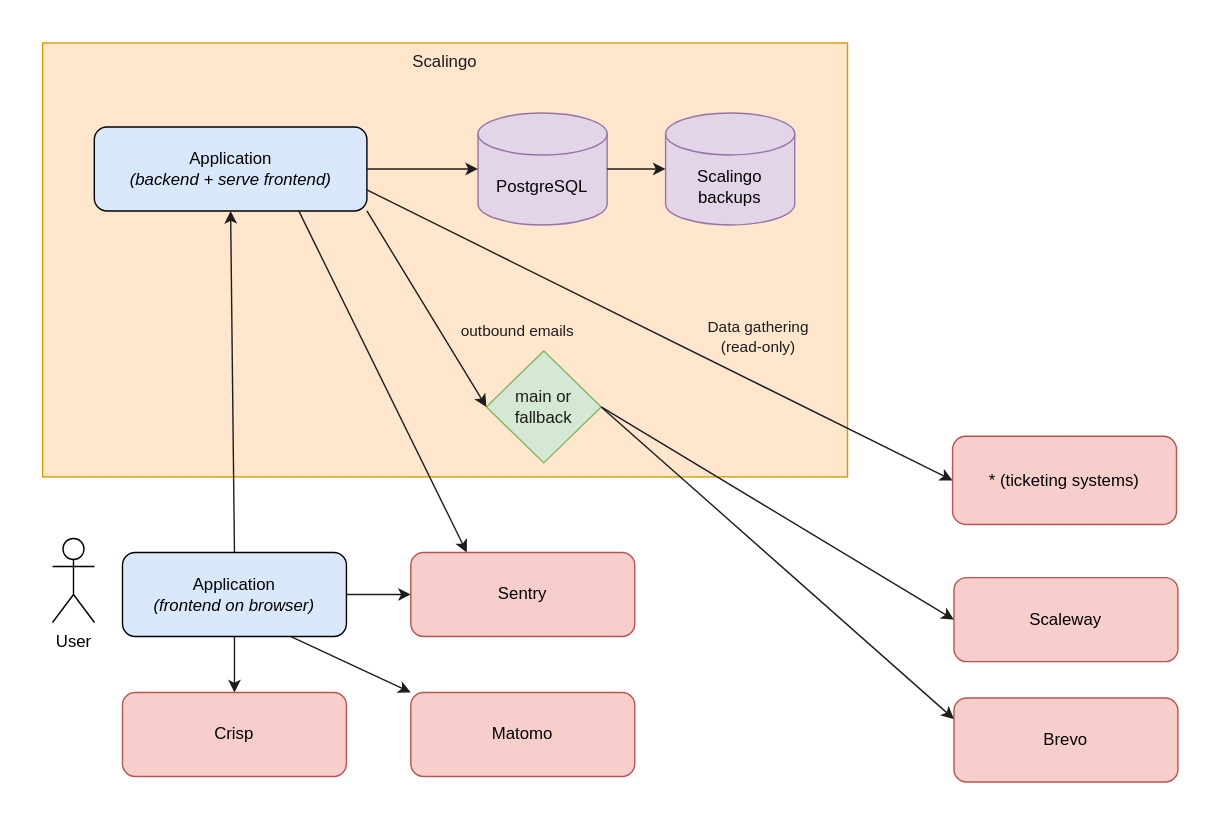
The draw.io diagram services_diagram.drawio.svg in betagouv/assistant-declaration, before a commit. Source tidied: cells renumbered, new cells last; positions are measured from the earlier drawing's top-left corner, leaving out a move shared by most shapes. Its diagram source:
```xml
<mxGraphModel background="#FFFFFF">
  <root>
    <mxCell id="0" />
    <mxCell id="1" parent="0" />
    <mxCell id="2" style="edgeStyle=none;html=1;exitX=0.5;exitY=0;exitDx=0;exitDy=0;" parent="1" edge="1" source="28">
      <mxGeometry relative="1" as="geometry">
        <mxPoint x="766" y="305.5" as="targetPoint" />
      </mxGeometry>
    </mxCell>
    <mxCell id="3" style="edgeStyle=none;html=1;exitX=0.5;exitY=0;exitDx=0;exitDy=0;" parent="1" edge="1" source="28">
      <mxGeometry relative="1" as="geometry">
        <mxPoint x="766" y="300.5" as="targetPoint" />
      </mxGeometry>
    </mxCell>
    <mxCell id="4" style="group;" parent="1" vertex="1">
      <mxGeometry x="1" width="807" height="380" as="geometry" />
    </mxCell>
    <mxCell id="5" value="&lt;font color=&quot;#1d1d1d&quot;&gt;Scalingo&lt;/font&gt;" style="rounded=0;whiteSpace=wrap;html=1;labelPosition=center;verticalLabelPosition=middle;align=center;verticalAlign=top;fillColor=#ffe6cc;strokeColor=#d79b00;" parent="4" vertex="1">
      <mxGeometry x="-1" width="575" height="310" as="geometry" />
    </mxCell>
    <mxCell id="6" value="&lt;font color=&quot;#000000&quot;&gt;Application&lt;br&gt;&lt;i&gt;(backend + serve frontend)&lt;/i&gt;&lt;/font&gt;" style="rounded=1;whiteSpace=wrap;html=1;fillColor=#dae8fc;strokeColor=#010203;" parent="4" vertex="1">
      <mxGeometry x="35.9" y="60" width="194.7" height="60" as="geometry" />
    </mxCell>
    <mxCell id="7" value="&lt;font color=&quot;#050505&quot;&gt;PostgreSQL&lt;/font&gt;" style="shape=cylinder3;whiteSpace=wrap;html=1;boundedLbl=1;backgroundOutline=1;size=15;fillColor=#e1d5e7;strokeColor=#9673a6;" parent="4" vertex="1">
      <mxGeometry x="310" y="50" width="92.2" height="80" as="geometry" />
    </mxCell>
    <mxCell id="8" style="edgeStyle=none;html=1;exitX=1;exitY=0.5;exitDx=0;exitDy=0;entryX=0;entryY=0.5;entryDx=0;entryDy=0;entryPerimeter=0;strokeColor=#1D1D1D;fontColor=#1D1D1D;" parent="4" edge="1" source="6" target="7">
      <mxGeometry relative="1" as="geometry" />
    </mxCell>
    <mxCell id="9" value="&lt;font color=&quot;#050505&quot;&gt;Scalingo&lt;br&gt;backups&lt;br&gt;&lt;/font&gt;" style="shape=cylinder3;whiteSpace=wrap;html=1;boundedLbl=1;backgroundOutline=1;size=15;fillColor=#e1d5e7;strokeColor=#9673a6;" parent="4" vertex="1">
      <mxGeometry x="444" y="50" width="92.2" height="80" as="geometry" />
    </mxCell>
    <mxCell id="10" style="edgeStyle=none;html=1;exitX=1;exitY=0.5;exitDx=0;exitDy=0;exitPerimeter=0;entryX=0;entryY=0.5;entryDx=0;entryDy=0;entryPerimeter=0;strokeColor=#1D1D1D;fontColor=#1D1D1D;" parent="4" edge="1" source="7" target="9">
      <mxGeometry relative="1" as="geometry" />
    </mxCell>
    <mxCell id="11" value="main or fallback" style="rhombus;whiteSpace=wrap;html=1;labelBackgroundColor=none;labelBorderColor=none;strokeColor=#82b366;fillColor=#d5e8d4;fontColor=#1D1D1D;" parent="4" vertex="1">
      <mxGeometry x="316" y="220" width="82" height="80" as="geometry" />
    </mxCell>
    <mxCell id="12" style="edgeStyle=none;html=1;exitX=1;exitY=1;exitDx=0;exitDy=0;entryX=0;entryY=0.5;entryDx=0;entryDy=0;strokeColor=#1D1D1D;fontColor=#1D1D1D;" parent="4" edge="1" source="6" target="11">
      <mxGeometry relative="1" as="geometry" />
    </mxCell>
    <mxCell id="13" value="outbound emails&amp;nbsp;" style="edgeLabel;html=1;align=center;verticalAlign=middle;fontColor=#1D1D1D;labelBackgroundColor=none;" parent="12" vertex="1">
      <mxGeometry x="-0.12" y="2" relative="1" as="geometry">
        <mxPoint x="68" y="25" as="offset" />
      </mxGeometry>
    </mxCell>
    <mxCell id="14" style="edgeStyle=none;html=1;exitX=0.75;exitY=1;exitDx=0;exitDy=0;entryX=0.25;entryY=0;entryDx=0;entryDy=0;strokeColor=#1D1D1D;fontColor=#1D1D1D;" parent="1" edge="1" source="6" target="21">
      <mxGeometry relative="1" as="geometry" />
    </mxCell>
    <mxCell id="15" style="edgeStyle=none;html=1;exitX=0.5;exitY=0;exitDx=0;exitDy=0;entryX=0.5;entryY=1;entryDx=0;entryDy=0;fontColor=#1D1D1D;strokeColor=#1D1D1D;" parent="1" edge="1" source="18" target="6">
      <mxGeometry relative="1" as="geometry" />
    </mxCell>
    <mxCell id="16" style="edgeStyle=none;html=1;exitX=0.5;exitY=1;exitDx=0;exitDy=0;entryX=0.5;entryY=0;entryDx=0;entryDy=0;strokeColor=#1D1D1D;fontColor=#1D1D1D;" parent="1" edge="1" source="18" target="20">
      <mxGeometry relative="1" as="geometry" />
    </mxCell>
    <mxCell id="17" style="edgeStyle=none;html=1;exitX=1;exitY=0.5;exitDx=0;exitDy=0;entryX=0;entryY=0.5;entryDx=0;entryDy=0;strokeColor=#1D1D1D;fontColor=#1D1D1D;" parent="1" edge="1" source="18" target="21">
      <mxGeometry relative="1" as="geometry" />
    </mxCell>
    <mxCell id="18" value="&lt;font color=&quot;#000000&quot;&gt;Application&lt;br&gt;&lt;i&gt;(frontend on browser)&lt;/i&gt;&lt;/font&gt;" style="rounded=1;whiteSpace=wrap;html=1;fillColor=#dae8fc;strokeColor=#010203;" parent="1" vertex="1">
      <mxGeometry x="57" y="364" width="160" height="60" as="geometry" />
    </mxCell>
    <mxCell id="19" value="User" style="shape=umlActor;verticalLabelPosition=bottom;verticalAlign=top;html=1;strokeColor=#010203;fontColor=#000000;labelBackgroundColor=none;labelBorderColor=none;" parent="1" vertex="1">
      <mxGeometry x="7" y="354" width="30" height="60" as="geometry" />
    </mxCell>
    <mxCell id="20" value="&lt;font color=&quot;#000000&quot;&gt;Crisp&lt;/font&gt;" style="rounded=1;whiteSpace=wrap;html=1;fillColor=#f8cecc;strokeColor=#b85450;" parent="1" vertex="1">
      <mxGeometry x="57" y="464" width="160" height="60" as="geometry" />
    </mxCell>
    <mxCell id="21" value="&lt;font color=&quot;#000000&quot;&gt;Sentry&lt;/font&gt;" style="rounded=1;whiteSpace=wrap;html=1;fillColor=#f8cecc;strokeColor=#b85450;" parent="1" vertex="1">
      <mxGeometry x="263" y="364" width="160" height="60" as="geometry" />
    </mxCell>
    <mxCell id="22" value="&lt;font color=&quot;#000000&quot;&gt;Scaleway&lt;/font&gt;" style="rounded=1;whiteSpace=wrap;html=1;fillColor=#f8cecc;strokeColor=#b85450;" parent="1" vertex="1">
      <mxGeometry x="651" y="382" width="160" height="60" as="geometry" />
    </mxCell>
    <mxCell id="23" value="&lt;font color=&quot;#000000&quot;&gt;Brevo&lt;/font&gt;" style="rounded=1;whiteSpace=wrap;html=1;fillColor=#f8cecc;strokeColor=#b85450;" parent="1" vertex="1">
      <mxGeometry x="651" y="468" width="160" height="60" as="geometry" />
    </mxCell>
    <mxCell id="24" style="edgeStyle=none;html=1;exitX=1;exitY=0.5;exitDx=0;exitDy=0;entryX=0;entryY=0.5;entryDx=0;entryDy=0;strokeColor=#1D1D1D;fontColor=#1D1D1D;" parent="1" edge="1" source="11" target="22">
      <mxGeometry relative="1" as="geometry" />
    </mxCell>
    <mxCell id="25" style="edgeStyle=none;html=1;exitX=1;exitY=0.5;exitDx=0;exitDy=0;entryX=0;entryY=0.25;entryDx=0;entryDy=0;strokeColor=#1D1D1D;fontColor=#1D1D1D;" parent="1" edge="1" source="11" target="23">
      <mxGeometry relative="1" as="geometry" />
    </mxCell>
    <mxCell id="26" value="&lt;font color=&quot;#000000&quot;&gt;Matomo&lt;/font&gt;" style="rounded=1;whiteSpace=wrap;html=1;fillColor=#f8cecc;strokeColor=#b85450;" parent="1" vertex="1">
      <mxGeometry x="263" y="464" width="160" height="60" as="geometry" />
    </mxCell>
    <mxCell id="27" style="edgeStyle=none;html=1;exitX=0.75;exitY=1;exitDx=0;exitDy=0;entryX=0;entryY=0;entryDx=0;entryDy=0;strokeColor=#1D1D1D;fontColor=#1D1D1D;" parent="1" edge="1" source="18" target="26">
      <mxGeometry relative="1" as="geometry" />
    </mxCell>
    <mxCell id="28" value="&lt;font color=&quot;#000000&quot;&gt;* (ticketing systems)&lt;br&gt;&lt;/font&gt;" style="rounded=1;whiteSpace=wrap;html=1;fillColor=#f8cecc;strokeColor=#b85450;" parent="1" vertex="1">
      <mxGeometry x="650" y="281" width="160" height="63" as="geometry" />
    </mxCell>
    <mxCell id="29" style="edgeStyle=none;html=1;entryX=0;entryY=0.5;entryDx=0;entryDy=0;strokeColor=#1D1D1D;fontColor=#1D1D1D;exitX=1;exitY=0.75;exitDx=0;exitDy=0;" parent="1" edge="1" source="6" target="28">
      <mxGeometry relative="1" as="geometry" />
    </mxCell>
    <mxCell id="30" value="Data gathering&lt;br&gt;(read-only)" style="edgeLabel;html=1;align=center;verticalAlign=middle;fontColor=#1D1D1D;labelBackgroundColor=none;" parent="29" vertex="1">
      <mxGeometry x="-0.62" y="-1" relative="1" as="geometry">
        <mxPoint x="200" y="65" as="offset" />
      </mxGeometry>
    </mxCell>
  </root>
</mxGraphModel>
```
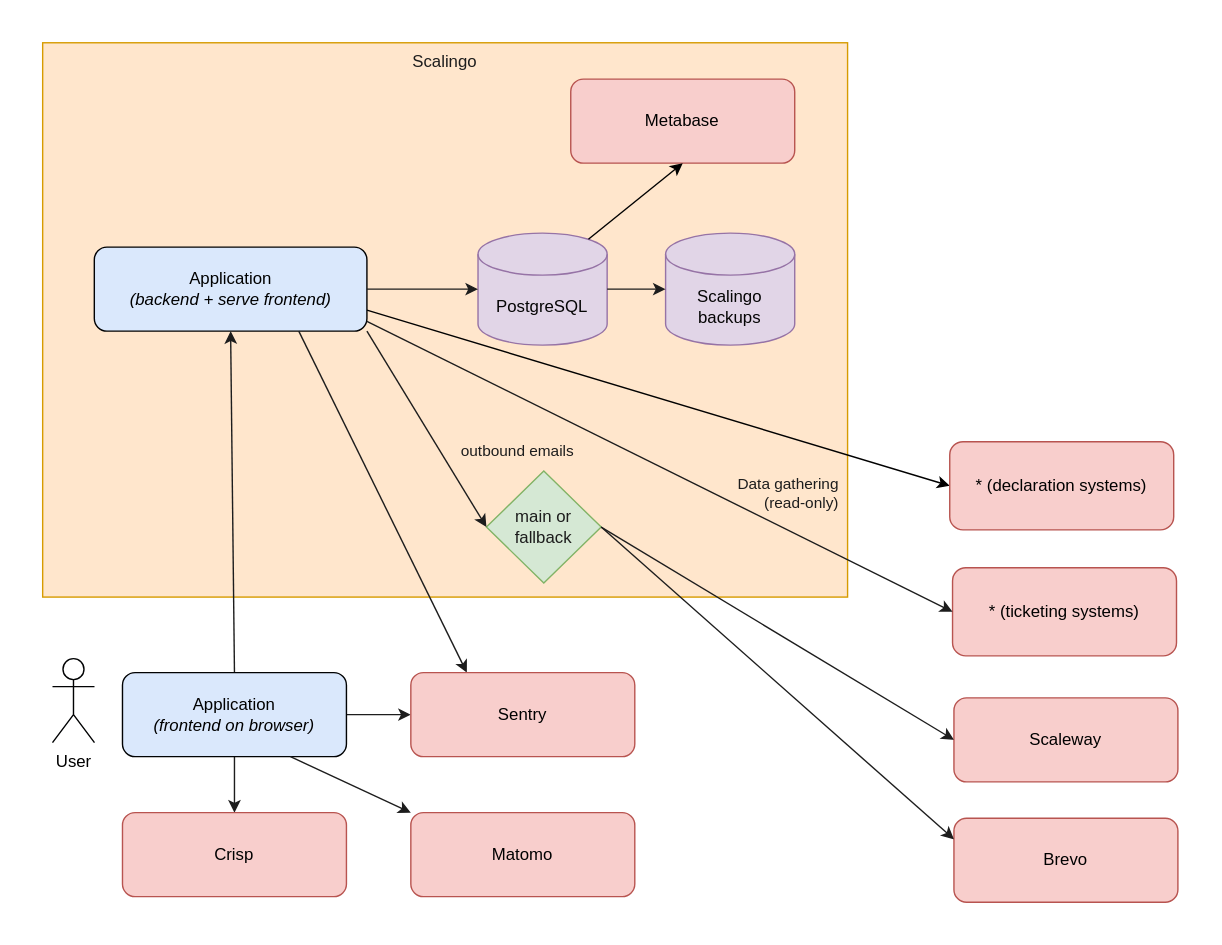
Above is the later version.

Commit message:
chore(docs): add missing tools in the description and diagram

Diff of the diagram source:
```diff
@@ -13,11 +13,14 @@
       </mxGeometry>
     </mxCell>
     <mxCell id="4" style="group;" parent="1" vertex="1">
-      <mxGeometry x="1" width="807" height="380" as="geometry" />
+      <mxGeometry x="1" width="809" height="380" as="geometry" />
     </mxCell>
     <mxCell id="5" value="&lt;font color=&quot;#1d1d1d&quot;&gt;Scalingo&lt;/font&gt;" style="rounded=0;whiteSpace=wrap;html=1;labelPosition=center;verticalLabelPosition=middle;align=center;verticalAlign=top;fillColor=#ffe6cc;strokeColor=#d79b00;" parent="4" vertex="1">
-      <mxGeometry x="-1" width="575" height="310" as="geometry" />
+      <mxGeometry x="-1" y="-86" width="575" height="396" as="geometry" />
     </mxCell>
+    <mxCell id="31" style="edgeStyle=none;html=1;exitX=1;exitY=0.75;exitDx=0;exitDy=0;entryX=0;entryY=0.5;entryDx=0;entryDy=0;" parent="4" edge="1" source="6" target="32">
+      <mxGeometry relative="1" as="geometry" />
+    </mxCell>
     <mxCell id="6" value="&lt;font color=&quot;#000000&quot;&gt;Application&lt;br&gt;&lt;i&gt;(backend + serve frontend)&lt;/i&gt;&lt;/font&gt;" style="rounded=1;whiteSpace=wrap;html=1;fillColor=#dae8fc;strokeColor=#010203;" parent="4" vertex="1">
       <mxGeometry x="35.9" y="60" width="194.7" height="60" as="geometry" />
     </mxCell>
@@ -44,6 +47,28 @@
         <mxPoint x="68" y="25" as="offset" />
       </mxGeometry>
     </mxCell>
+    <mxCell id="32" value="&lt;font color=&quot;#000000&quot;&gt;* (declaration systems)&lt;br&gt;&lt;/font&gt;" style="rounded=1;whiteSpace=wrap;html=1;fillColor=#f8cecc;strokeColor=#b85450;" parent="4" vertex="1">
+      <mxGeometry x="647" y="199" width="160" height="63" as="geometry" />
+    </mxCell>
+    <mxCell id="28" value="&lt;font color=&quot;#000000&quot;&gt;* (ticketing systems)&lt;br&gt;&lt;/font&gt;" style="rounded=1;whiteSpace=wrap;html=1;fillColor=#f8cecc;strokeColor=#b85450;" parent="4" vertex="1">
+      <mxGeometry x="649" y="289" width="160" height="63" as="geometry" />
+    </mxCell>
+    <mxCell id="29" style="edgeStyle=none;html=1;entryX=0;entryY=0.5;entryDx=0;entryDy=0;strokeColor=#1D1D1D;fontColor=#1D1D1D;exitX=1;exitY=0.75;exitDx=0;exitDy=0;" parent="4" edge="1" target="28">
+      <mxGeometry relative="1" as="geometry">
+        <mxPoint x="230.6" y="113" as="sourcePoint" />
+      </mxGeometry>
+    </mxCell>
+    <mxCell id="30" value="Data gathering&lt;br&gt;(read-only)" style="edgeLabel;html=1;align=right;verticalAlign=middle;fontColor=#1D1D1D;labelBackgroundColor=none;" parent="29" vertex="1">
+      <mxGeometry x="-0.62" y="-1" relative="1" as="geometry">
+        <mxPoint x="259" y="83" as="offset" />
+      </mxGeometry>
+    </mxCell>
+    <mxCell id="33" value="&lt;font color=&quot;#000000&quot;&gt;Metabase&lt;/font&gt;" style="rounded=1;whiteSpace=wrap;html=1;fillColor=#f8cecc;strokeColor=#b85450;" parent="4" vertex="1">
+      <mxGeometry x="376.2" y="-60" width="160" height="60" as="geometry" />
+    </mxCell>
+    <mxCell id="34" style="edgeStyle=none;html=1;exitX=0.855;exitY=0;exitDx=0;exitDy=4.35;exitPerimeter=0;entryX=0.5;entryY=1;entryDx=0;entryDy=0;" parent="4" edge="1" source="7" target="33">
+      <mxGeometry relative="1" as="geometry" />
+    </mxCell>
     <mxCell id="14" style="edgeStyle=none;html=1;exitX=0.75;exitY=1;exitDx=0;exitDy=0;entryX=0.25;entryY=0;entryDx=0;entryDy=0;strokeColor=#1D1D1D;fontColor=#1D1D1D;" parent="1" edge="1" source="6" target="21">
       <mxGeometry relative="1" as="geometry" />
     </mxCell>
@@ -86,16 +111,5 @@
     <mxCell id="27" style="edgeStyle=none;html=1;exitX=0.75;exitY=1;exitDx=0;exitDy=0;entryX=0;entryY=0;entryDx=0;entryDy=0;strokeColor=#1D1D1D;fontColor=#1D1D1D;" parent="1" edge="1" source="18" target="26">
       <mxGeometry relative="1" as="geometry" />
     </mxCell>
-    <mxCell id="28" value="&lt;font color=&quot;#000000&quot;&gt;* (ticketing systems)&lt;br&gt;&lt;/font&gt;" style="rounded=1;whiteSpace=wrap;html=1;fillColor=#f8cecc;strokeColor=#b85450;" parent="1" vertex="1">
-      <mxGeometry x="650" y="281" width="160" height="63" as="geometry" />
-    </mxCell>
-    <mxCell id="29" style="edgeStyle=none;html=1;entryX=0;entryY=0.5;entryDx=0;entryDy=0;strokeColor=#1D1D1D;fontColor=#1D1D1D;exitX=1;exitY=0.75;exitDx=0;exitDy=0;" parent="1" edge="1" source="6" target="28">
-      <mxGeometry relative="1" as="geometry" />
-    </mxCell>
-    <mxCell id="30" value="Data gathering&lt;br&gt;(read-only)" style="edgeLabel;html=1;align=center;verticalAlign=middle;fontColor=#1D1D1D;labelBackgroundColor=none;" parent="29" vertex="1">
-      <mxGeometry x="-0.62" y="-1" relative="1" as="geometry">
-        <mxPoint x="200" y="65" as="offset" />
-      </mxGeometry>
-    </mxCell>
   </root>
 </mxGraphModel>
```
